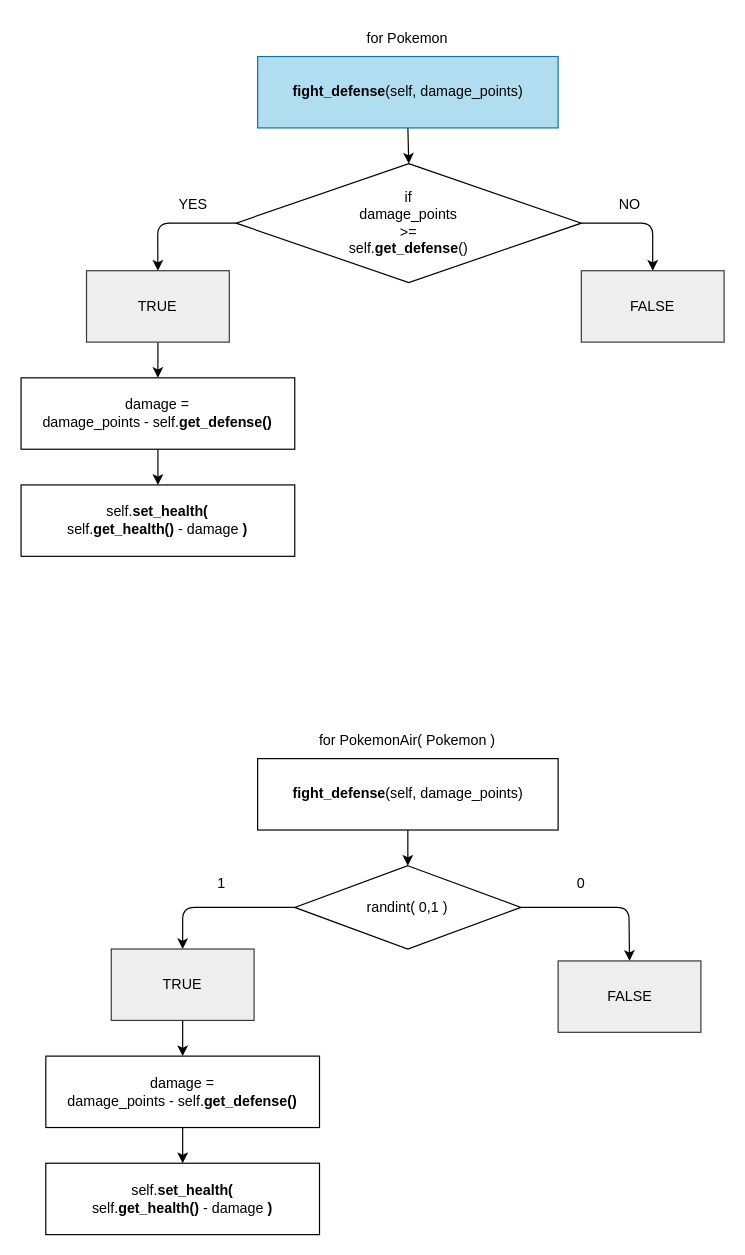
This is page "fight_defense()" (1 of 2) of diagrams/sequence-diagram.drawio from lidia-veli/POO-Pokemon, a draw.io file, before an edit. Source tidied: cells renumbered, new cells numbered last; positions are measured from the earlier drawing's top-left corner, leaving out a move shared by most shapes. Both pictures are drawn from the tidied source at 119%, with x=0, y=0 at pixel (20, 20).
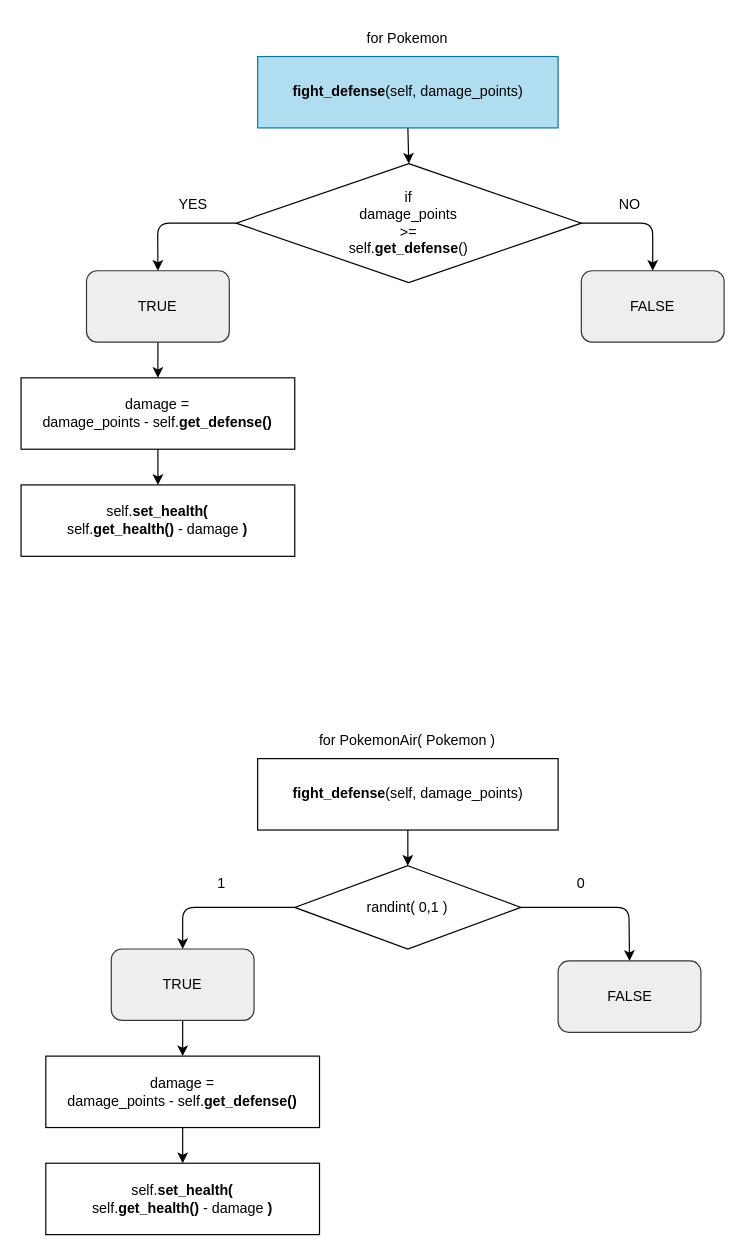
The same diagram, later.

Diff of the diagram source:
```diff
@@
-    <mxCell id="11" value="FALSE" style="rounded=0;whiteSpace=wrap;html=1;fillColor=#eeeeee;strokeColor=#36393d;fontColor=#000000;" parent="1" vertex="1">
+    <mxCell id="11" value="FALSE" style="rounded=1;whiteSpace=wrap;html=1;fillColor=#eeeeee;strokeColor=#36393d;fontColor=#000000;" parent="1" vertex="1">
       <mxGeometry x="471" y="210" width="120" height="60" as="geometry" />
     </mxCell>
@@
-    <mxCell id="14" value="TRUE" style="rounded=0;whiteSpace=wrap;html=1;fillColor=#eeeeee;strokeColor=#36393d;fontColor=#000000;" parent="1" vertex="1">
+    <mxCell id="14" value="TRUE" style="rounded=1;whiteSpace=wrap;html=1;fillColor=#eeeeee;strokeColor=#36393d;fontColor=#000000;" parent="1" vertex="1">
       <mxGeometry x="55.2" y="210" width="120" height="60" as="geometry" />
     </mxCell>
@@
-    <mxCell id="24" value="FALSE" style="rounded=0;whiteSpace=wrap;html=1;fillColor=#eeeeee;strokeColor=#36393d;fontColor=#000000;" parent="1" vertex="1">
+    <mxCell id="24" value="FALSE" style="rounded=1;whiteSpace=wrap;html=1;fillColor=#eeeeee;strokeColor=#36393d;fontColor=#000000;" parent="1" vertex="1">
       <mxGeometry x="451.5" y="790" width="120" height="60" as="geometry" />
     </mxCell>
@@
-    <mxCell id="27" value="TRUE" style="rounded=0;whiteSpace=wrap;html=1;fillColor=#eeeeee;strokeColor=#36393d;fontColor=#000000;" parent="1" vertex="1">
+    <mxCell id="27" value="TRUE" style="rounded=1;whiteSpace=wrap;html=1;fillColor=#eeeeee;strokeColor=#36393d;fontColor=#000000;" parent="1" vertex="1">
       <mxGeometry x="76" y="780" width="120" height="60" as="geometry" />
     </mxCell>
```
